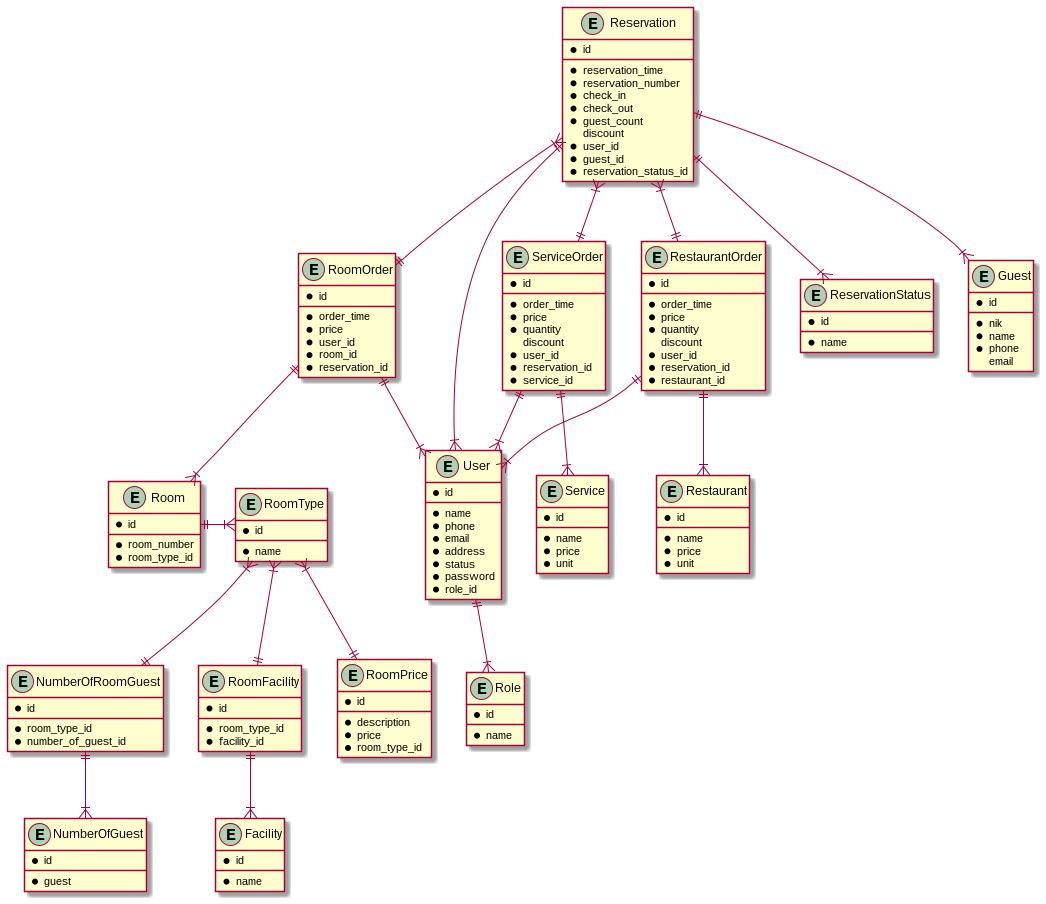
MuhammadIqbalAfandi/semuwainn keeps this PlantUML diagram as designs/diagrams/database/Semuwainn.png. Above is the earlier version.
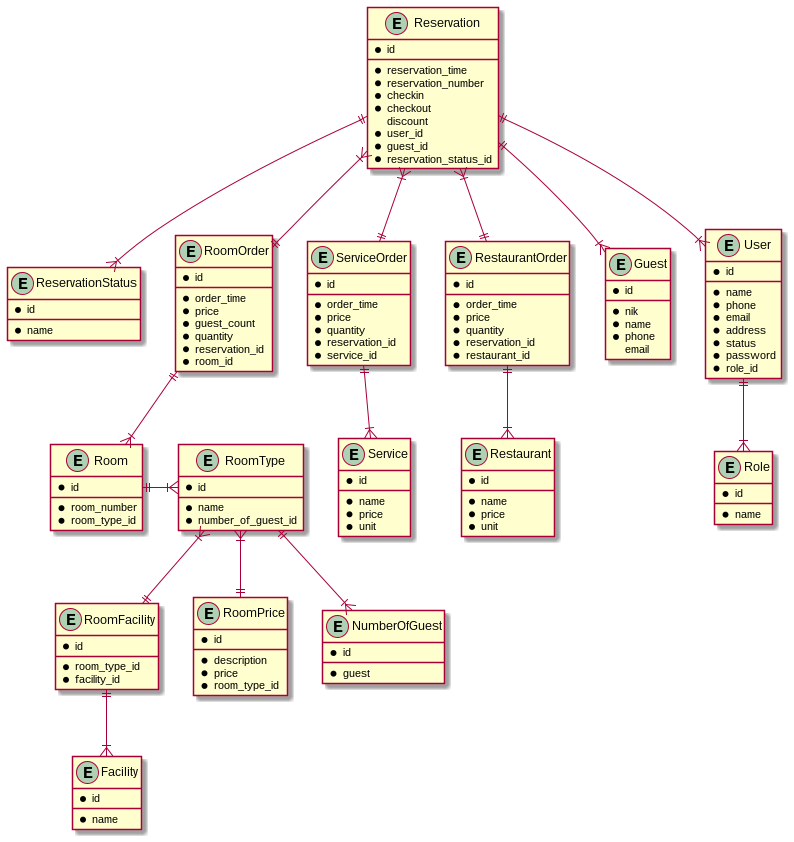
The same diagram one commit later.

What changed in the source:
```diff
@@ -4,9 +4,8 @@
     __
     * reservation_time
     * reservation_number
-    * check_in
-    * check_out
-    * guest_count
+    * checkin
+    * checkout
     discount
     * user_id
     * guest_id
@@ -24,9 +23,10 @@
     __
     * order_time
     * price
-    * user_id
+    * guest_count
+    * quantity
+    * reservation_id
     * room_id
-    * reservation_id
   }
 
   entity ServiceOrder {
@@ -35,13 +35,29 @@
     * order_time
     * price
     * quantity
-    discount
-    * user_id
     * reservation_id
     * service_id
   }
 
   entity Service {
+    * id
+    __
+    * name
+    * price
+    * unit
+  }
+
+    entity RestaurantOrder {
+    * id
+    __
+    * order_time
+    * price
+    * quantity
+    * reservation_id
+    * restaurant_id
+  }
+
+  entity Restaurant {
     * id
     __
     * name
@@ -76,26 +92,6 @@
     * name
   }
 
-  entity RestaurantOrder {
-    * id
-    __
-    * order_time
-    * price
-    * quantity
-    discount
-    * user_id
-    * reservation_id
-    * restaurant_id
-  }
-
-  entity Restaurant {
-    * id
-    __
-    * name
-    * price
-    * unit
-  }
-
   entity RoomFacility {
     * id
     __
@@ -114,6 +110,7 @@
     * id
     __
     * name
+    * number_of_guest_id
   }
 
   entity RoomPrice {
@@ -130,13 +127,6 @@
     * name
   }
 
-  entity NumberOfRoomGuest {
-    * id
-    __
-    * room_type_id
-    * number_of_guest_id
-  }
-
   entity NumberOfGuest {
     * id
     __
@@ -149,18 +139,14 @@
   Reservation ||--|{ User
   Reservation ||--|{ Guest
   Reservation }|--|| RoomOrder
-  RoomOrder ||--|{ User
   RoomOrder ||--|{ Room
   Room ||-|{ RoomType
   RoomType }|--|| RoomPrice
   RoomType }|--|| RoomFacility
-  RoomType }|--|| NumberOfRoomGuest
+  RoomType ||--|{ NumberOfGuest
   RoomFacility ||--|{ Facility
-  NumberOfRoomGuest ||--|{ NumberOfGuest
   ServiceOrder ||--|{ Service
   RestaurantOrder ||--|{ Restaurant
   User ||--|{ Role
-  ServiceOrder ||--|{ User
-  RestaurantOrder ||--|{ User
 
 @enduml
```
